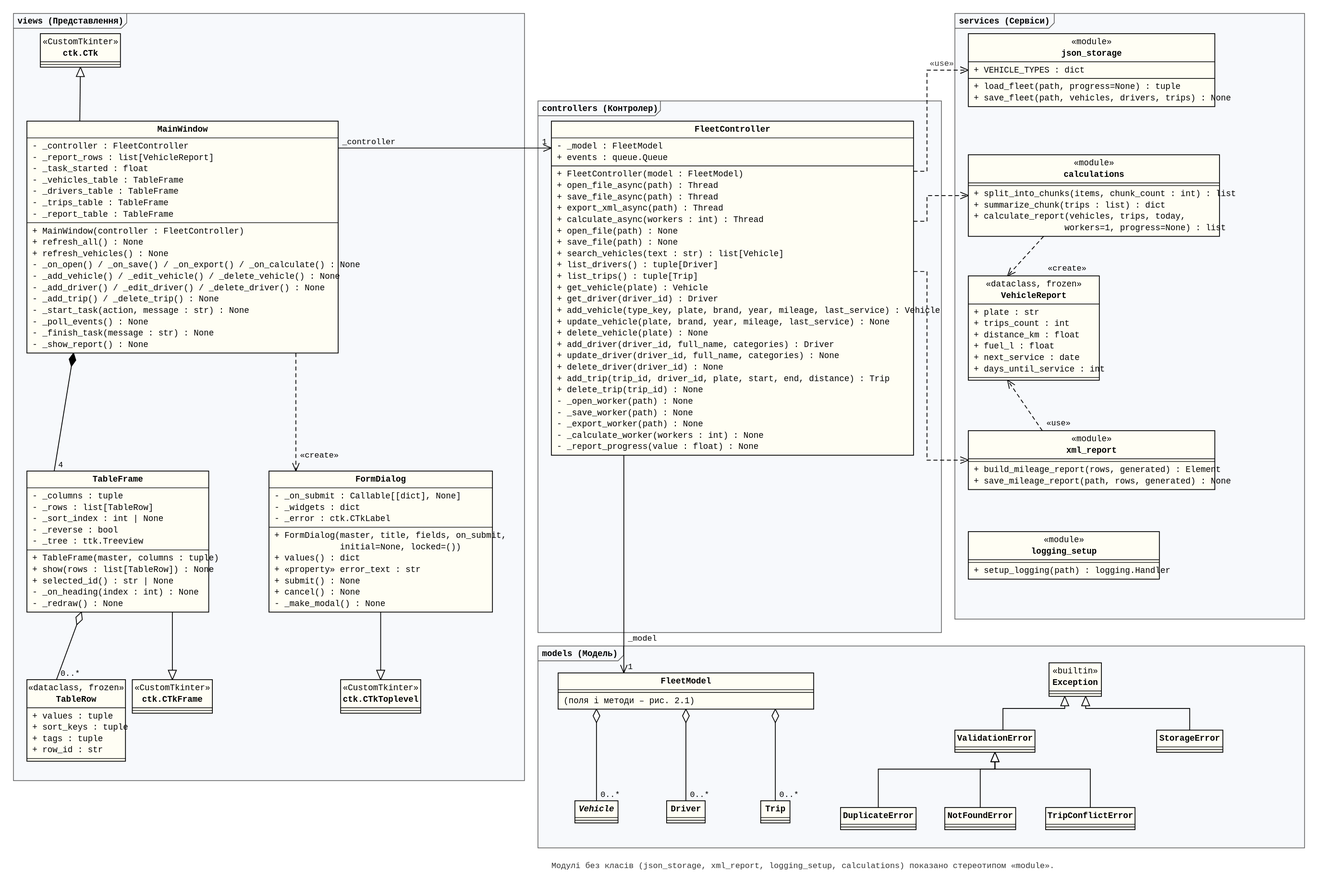
Earlier version of the PlantUML export docs/uml/architecture.svg (Trixksq/autopark). Its source is kept beside it as docs/uml/architecture.puml.
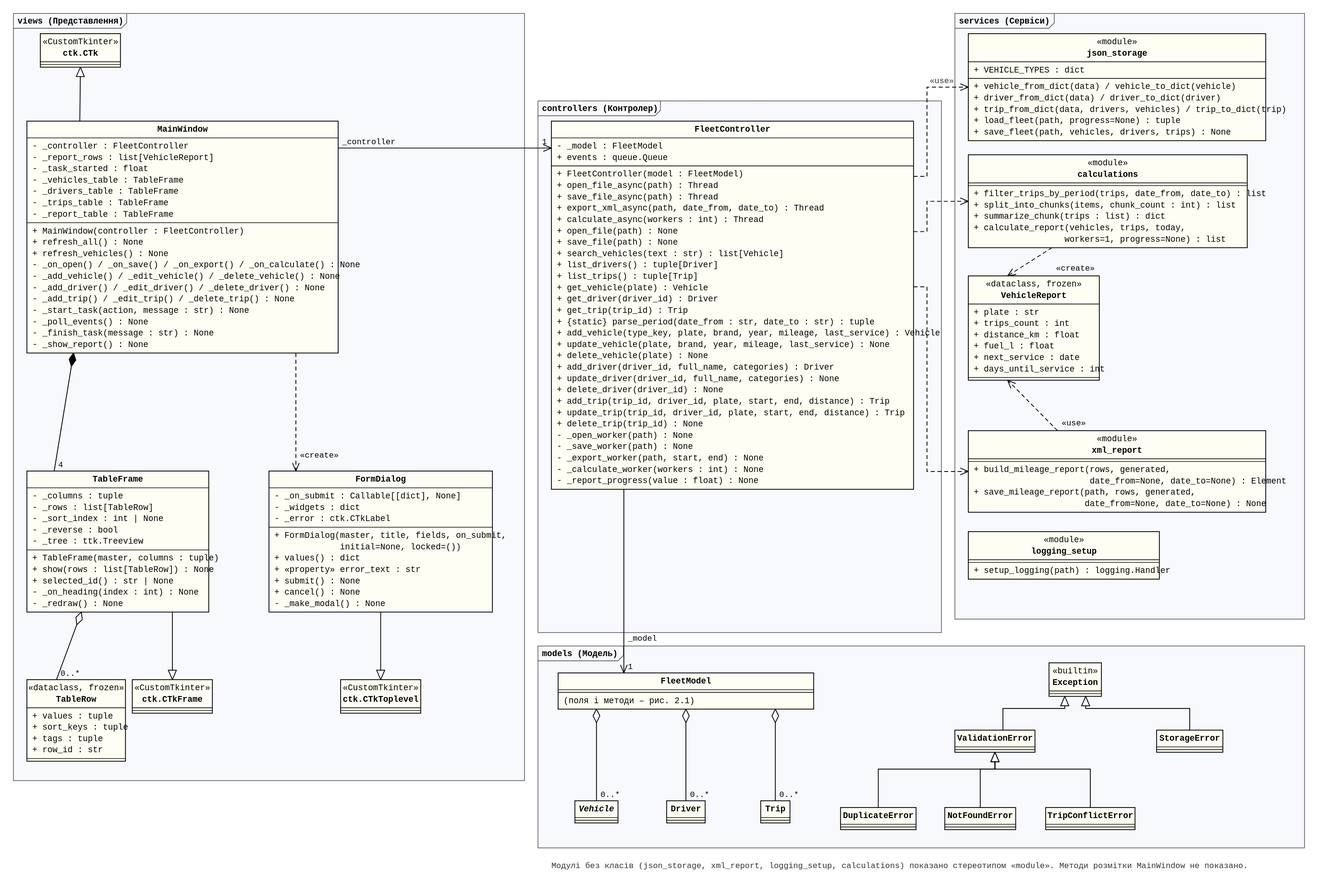
The same diagram one commit later.

Diff of the diagram source:
```diff
@@ -24,7 +24,7 @@
     - _on_open() / _on_save() / _on_export() / _on_calculate() : None
     - _add_vehicle() / _edit_vehicle() / _delete_vehicle() : None
     - _add_driver() / _edit_driver() / _delete_driver() : None
-    - _add_trip() / _delete_trip() : None
+    - _add_trip() / _edit_trip() / _delete_trip() : None
     - _start_task(action, message : str) : None
     - _poll_events() : None
     - _finish_task(message : str) : None
@@ -74,7 +74,7 @@
     + FleetController(model : FleetModel)
     + open_file_async(path) : Thread
     + save_file_async(path) : Thread
-    + export_xml_async(path) : Thread
+    + export_xml_async(path, date_from, date_to) : Thread
     + calculate_async(workers : int) : Thread
     + open_file(path) : None
     + save_file(path) : None
@@ -83,6 +83,8 @@
     + list_trips() : tuple[Trip]
     + get_vehicle(plate) : Vehicle
     + get_driver(driver_id) : Driver
+    + get_trip(trip_id) : Trip
+    + {static} parse_period(date_from : str, date_to : str) : tuple
     + add_vehicle(type_key, plate, brand, year, mileage, last_service) : Vehicle
     + update_vehicle(plate, brand, year, mileage, last_service) : None
     + delete_vehicle(plate) : None
@@ -90,10 +92,11 @@
     + update_driver(driver_id, full_name, categories) : None
     + delete_driver(driver_id) : None
     + add_trip(trip_id, driver_id, plate, start, end, distance) : Trip
+    + update_trip(trip_id, driver_id, plate, start, end, distance) : Trip
     + delete_trip(trip_id) : None
     - _open_worker(path) : None
     - _save_worker(path) : None
-    - _export_worker(path) : None
+    - _export_worker(path, start, end) : None
     - _calculate_worker(workers : int) : None
     - _report_progress(value : float) : None
   }
@@ -102,10 +105,14 @@
 package "services (Сервіси)" {
   class json_storage <<module>> {
     + VEHICLE_TYPES : dict
+    + vehicle_from_dict(data) / vehicle_to_dict(vehicle)
+    + driver_from_dict(data) / driver_to_dict(driver)
+    + trip_from_dict(data, drivers, vehicles) / trip_to_dict(trip)
     + load_fleet(path, progress=None) : tuple
     + save_fleet(path, vehicles, drivers, trips) : None
   }
   class calculations <<module>> {
+    + filter_trips_by_period(trips, date_from, date_to) : list
     + split_into_chunks(items, chunk_count : int) : list
     + summarize_chunk(trips : list) : dict
     + calculate_report(vehicles, trips, today, workers=1, progress=None) : list[VehicleReport]
@@ -119,8 +126,8 @@
     + days_until_service : int
   }
   class xml_report <<module>> {
-    + build_mileage_report(rows, generated) : Element
-    + save_mileage_report(path, rows, generated) : None
+    + build_mileage_report(rows, generated, date_from=None, date_to=None) : Element
+    + save_mileage_report(path, rows, generated, date_from=None, date_to=None) : None
   }
   class logging_setup <<module>> {
     + setup_logging(path) : logging.Handler
```
